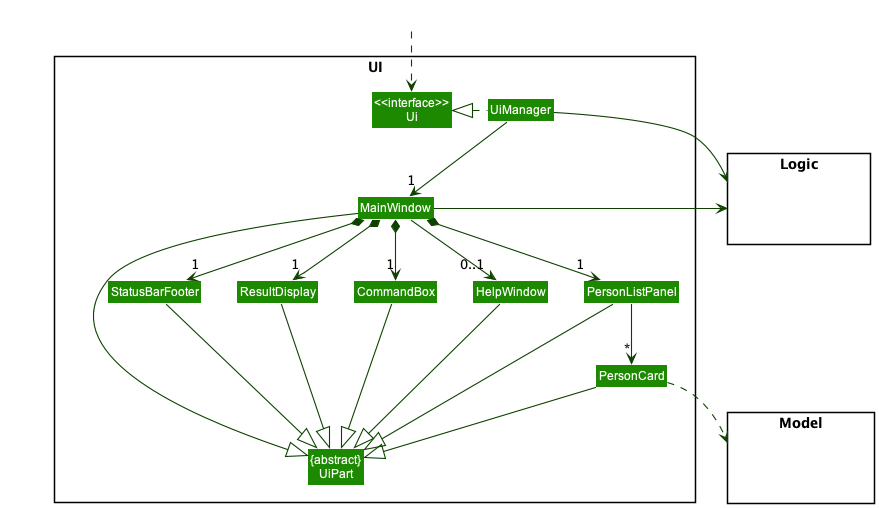
This is docs/images/UiClassDiagram.png from nus-cs2103-AY2223S1/tp, a PlantUML export, as it was before one commit.
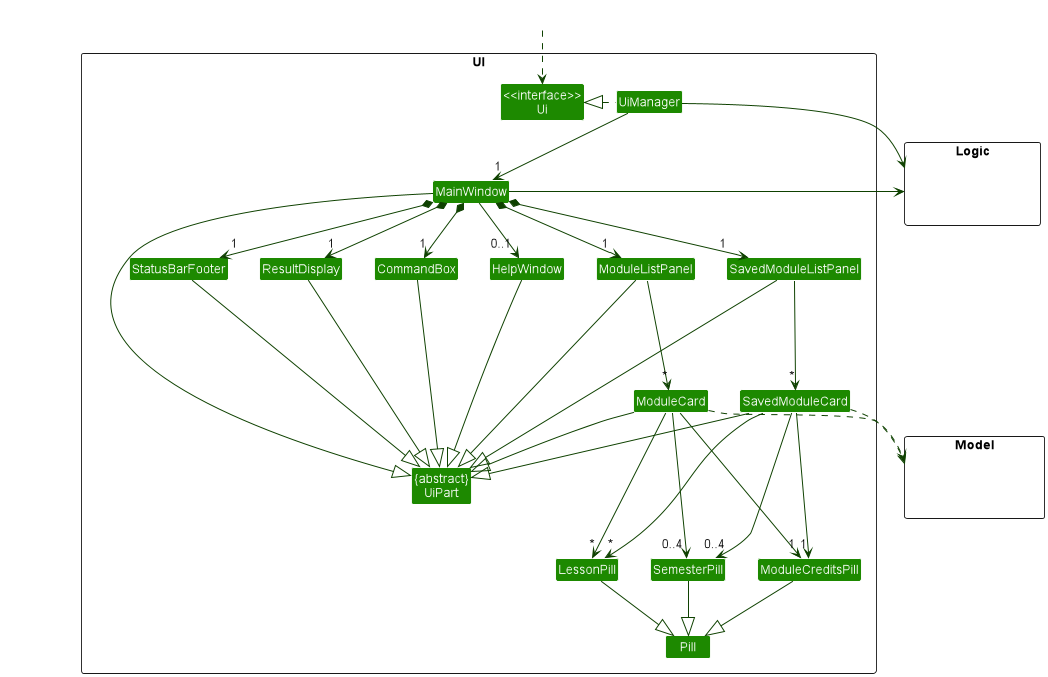
The same file after the commit.

The edit, as a diff of the source:
```diff
@@ -11,10 +11,16 @@
 Class MainWindow
 Class HelpWindow
 Class ResultDisplay
-Class PersonListPanel
-Class PersonCard
+Class ModuleListPanel
+Class ModuleCard
+Class SavedModuleListPanel
+Class SavedModuleCard
 Class StatusBarFooter
 Class CommandBox
+Class LessonPill
+Class SemesterPill
+Class ModuleCreditsPill
+Class Pill
 }
 
 package Model <<Rectangle>> {
@@ -32,26 +38,45 @@
 UiManager -down-> "1" MainWindow
 MainWindow *-down->  "1" CommandBox
 MainWindow *-down-> "1" ResultDisplay
-MainWindow *-down-> "1" PersonListPanel
+MainWindow *-down-> "1" SavedModuleListPanel
+MainWindow *-down-> "1" ModuleListPanel
 MainWindow *-down-> "1" StatusBarFooter
 MainWindow --> "0..1" HelpWindow
 
-PersonListPanel -down-> "*" PersonCard
+ModuleListPanel -down--> "*" ModuleCard
+
+SavedModuleListPanel -down--> "*" SavedModuleCard
 
 MainWindow -left-|> UiPart
 
 ResultDisplay --|> UiPart
 CommandBox --|> UiPart
-PersonListPanel --|> UiPart
-PersonCard --|> UiPart
+ModuleListPanel --|> UiPart
+SavedModuleListPanel --|> UiPart
+ModuleCard --|> UiPart
+SavedModuleCard --|> UiPart
 StatusBarFooter --|> UiPart
 HelpWindow --|> UiPart
 
-PersonCard ..> Model
+ModuleCard ..> Model
+ModuleCard -down--> "1" ModuleCreditsPill
+ModuleCard -down--> "0..4" SemesterPill
+ModuleCard -down--> "*" LessonPill
+
+SavedModuleCard ..> Model
+SavedModuleCard -down--> "1" ModuleCreditsPill
+SavedModuleCard -down--> "0..4" SemesterPill
+SavedModuleCard -down--> "*" LessonPill
+
+LessonPill --|> Pill
+SemesterPill --|> Pill
+ModuleCreditsPill --|> Pill
+
 UiManager -right-> Logic
 MainWindow -left-> Logic
 
-PersonListPanel -[hidden]left- HelpWindow
+SavedModuleListPanel -[hidden]left- ModuleListPanel
+ModuleListPanel -[hidden]left- HelpWindow
 HelpWindow -[hidden]left- CommandBox
 CommandBox -[hidden]left- ResultDisplay
 ResultDisplay -[hidden]left- StatusBarFooter
```
